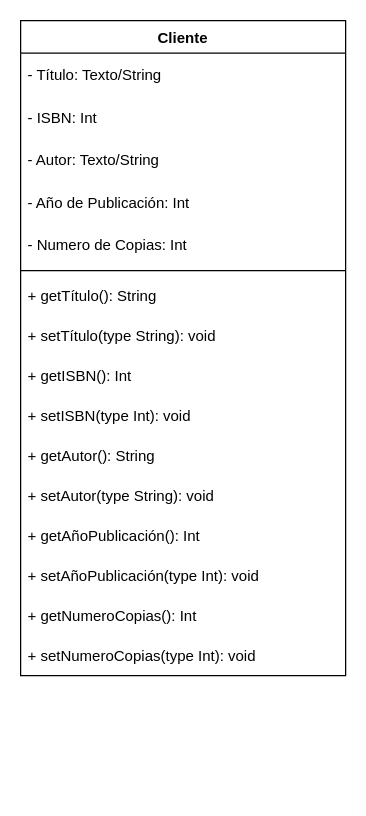
This is Proyecto/Diagramas/ProyectoETS-PRO_DIagramas.drawio from PeterMartEsc/ETS, a draw.io file, before an edit. Source tidied: cells renumbered, new cells numbered last; positions are measured from the earlier drawing's top-left corner, leaving out a move shared by most shapes. Both pictures are drawn from the tidied source at 125%, with x=0, y=0 at pixel (20, 20).
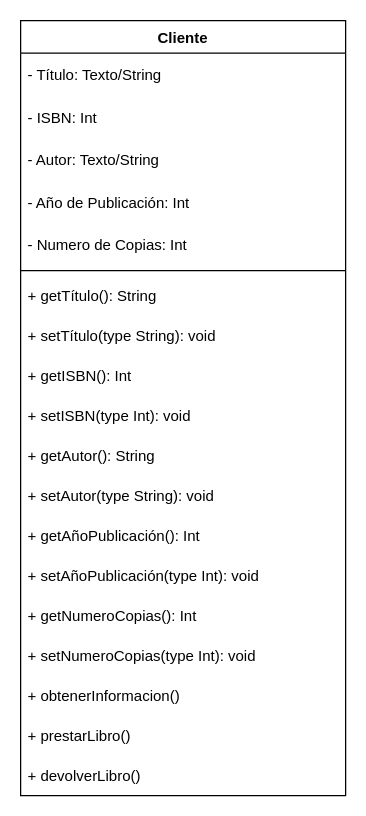
After the change.

Change to the diagram source:
```diff
@@
     <mxCell id="2" value="Cliente" style="swimlane;align=center;verticalAlign=middle;horizontal=1;startSize=26;" parent="1" vertex="1">
-      <mxGeometry width="260" height="524" as="geometry" />
+      <mxGeometry width="260" height="620" as="geometry" />
     </mxCell>
@@
+    <mxCell id="19" value="+ obtenerInformacion()" style="text;strokeColor=none;fillColor=none;align=left;verticalAlign=middle;spacingLeft=4;spacingRight=4;overflow=hidden;" parent="2" vertex="1">
+      <mxGeometry y="524" width="260" height="32" as="geometry" />
+    </mxCell>
+    <mxCell id="20" value="+ prestarLibro()" style="text;strokeColor=none;fillColor=none;align=left;verticalAlign=middle;spacingLeft=4;spacingRight=4;overflow=hidden;" parent="2" vertex="1">
+      <mxGeometry y="556" width="260" height="32" as="geometry" />
+    </mxCell>
+    <mxCell id="21" value="+ devolverLibro()" style="text;strokeColor=none;fillColor=none;align=left;verticalAlign=middle;spacingLeft=4;spacingRight=4;overflow=hidden;" parent="2" vertex="1">
+      <mxGeometry y="588" width="260" height="32" as="geometry" />
+    </mxCell>
```
